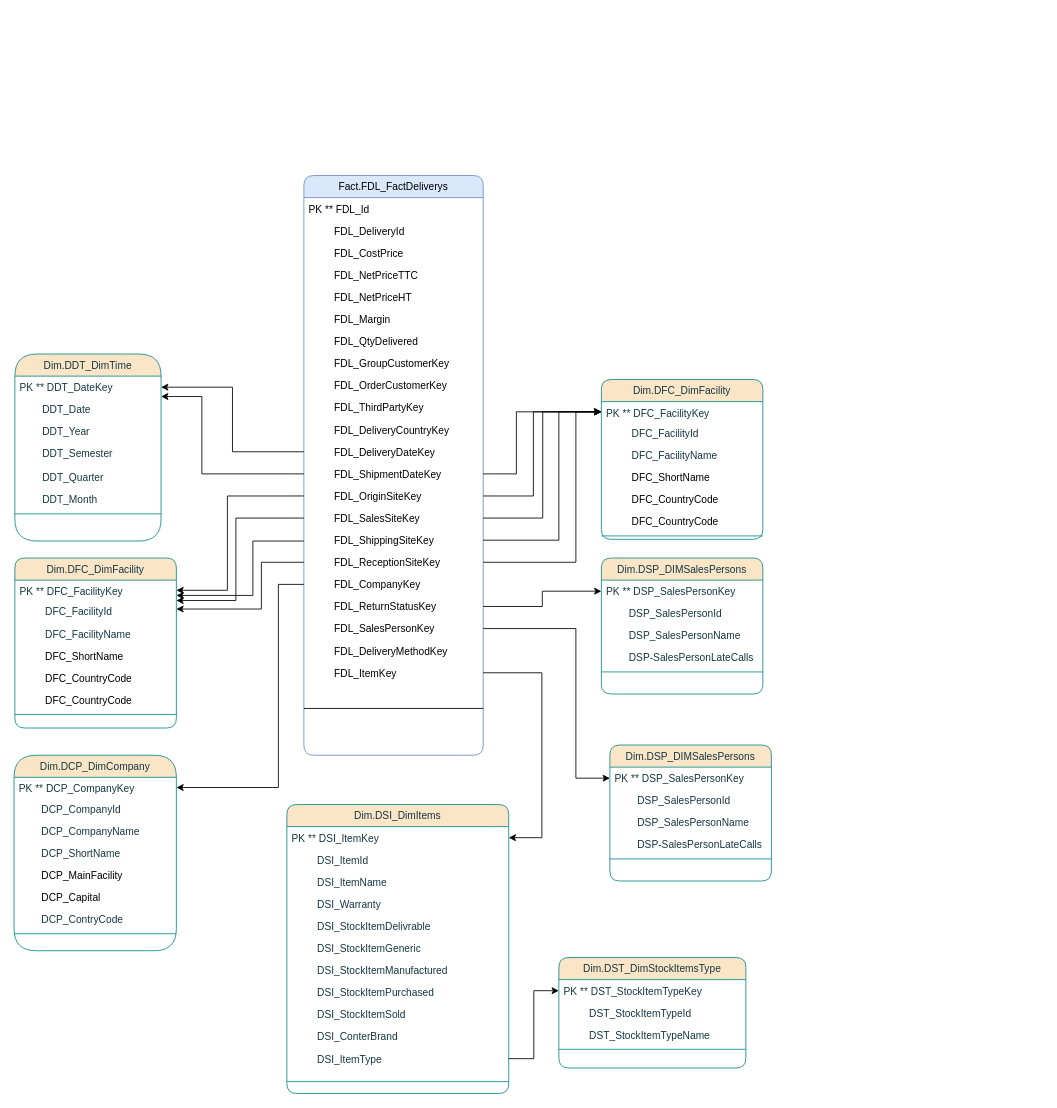
Before: DataMart Delivery.drawio in BorchaniMohamed/BI_PROJECT_PFE, a draw.io diagram. Source tidied: cells renumbered, new cells numbered last; positions are measured from the earlier drawing's top-left corner, leaving out a move shared by most shapes. Both pictures are drawn from the tidied source at 85%, with x=0, y=0 at pixel (14, 175).
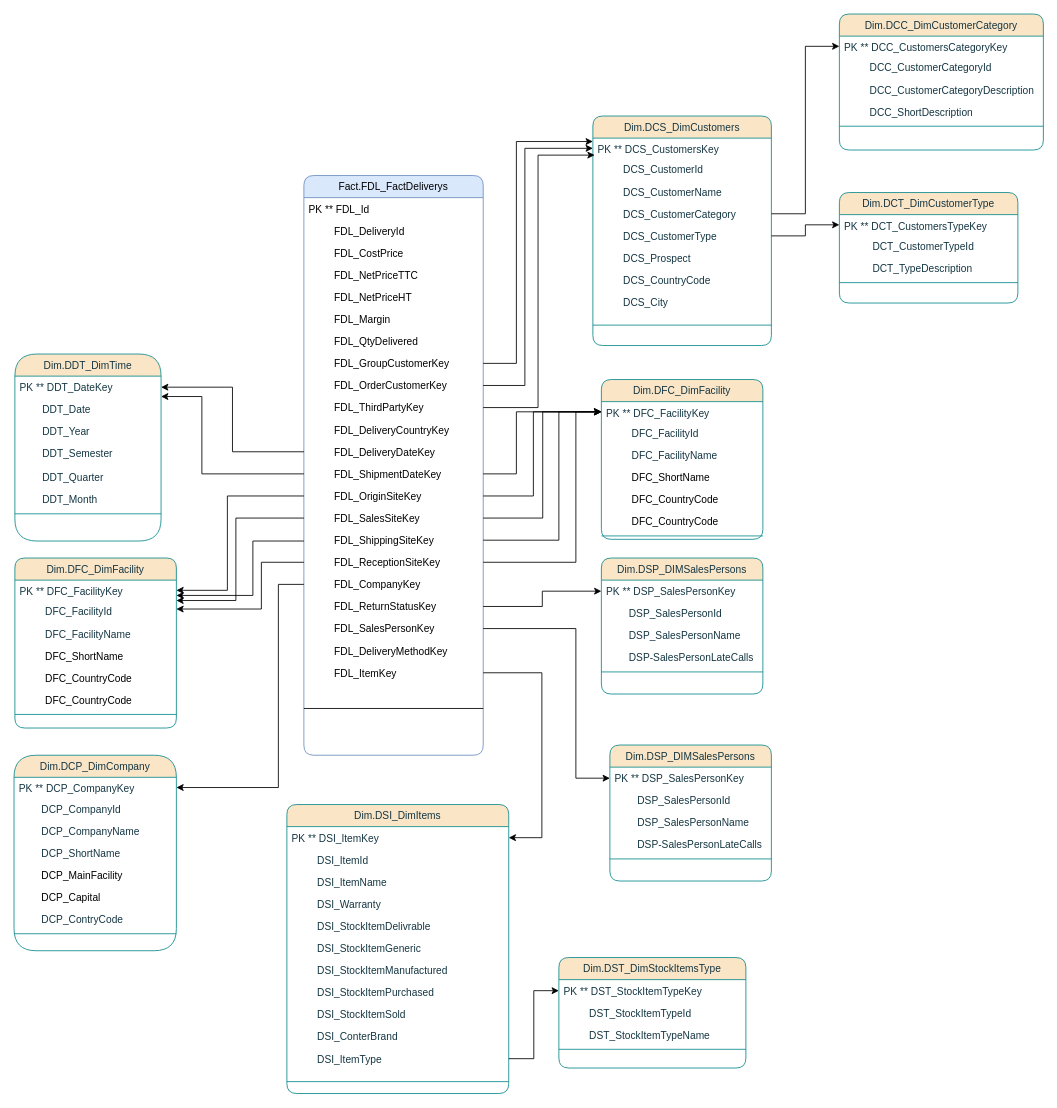
The same diagram, later.

Commit message (it also covers changes not shown here):
Mettre à jour DataMart Delivery.drawio

The change refers to these unchanged cells:
```xml
<mxCell id="10" value="         FDL_GroupCustomerKey  " style="text;align=left;verticalAlign=top;spacingLeft=4;spacingRight=4;overflow=hidden;points=[[0,0.5],[1,0.5]];portConstraint=eastwest;rounded=0;shadow=0;html=0;" parent="2" vertex="1">
  <mxGeometry y="208" width="211" height="26" as="geometry" />
</mxCell>
<mxCell id="11" value="         FDL_OrderCustomerKey  " style="text;align=left;verticalAlign=top;spacingLeft=4;spacingRight=4;overflow=hidden;points=[[0,0.5],[1,0.5]];portConstraint=eastwest;rounded=0;shadow=0;html=0;" parent="2" vertex="1">
  <mxGeometry y="234" width="211" height="26" as="geometry" />
</mxCell>
<mxCell id="12" value="         FDL_ThirdPartyKey  " style="text;align=left;verticalAlign=top;spacingLeft=4;spacingRight=4;overflow=hidden;points=[[0,0.5],[1,0.5]];portConstraint=eastwest;rounded=0;shadow=0;html=0;" parent="2" vertex="1">
  <mxGeometry y="260" width="211" height="26" as="geometry" />
</mxCell>
```

Change to the diagram source:
```diff
@@
+    <mxCell id="105" value="Dim.DCS_DimCustomers" style="swimlane;fontStyle=0;align=center;verticalAlign=top;horizontal=1;startSize=26;rounded=1;shadow=0;strokeWidth=1;fillColor=#FAE5C7;strokeColor=#0F8B8D;labelBackgroundColor=none;fontColor=#143642;" parent="1" vertex="1">
+      <mxGeometry x="681" y="-70" width="210" height="270" as="geometry" />
+    </mxCell>
+    <mxCell id="106" value="PK ** DCS_CustomersKey" style="text;align=left;verticalAlign=top;spacingLeft=4;spacingRight=4;overflow=hidden;points=[[0,0.5],[1,0.5]];portConstraint=eastwest;labelBackgroundColor=none;fontColor=#143642;rounded=1;" parent="105" vertex="1">
+      <mxGeometry y="26" width="210" height="24" as="geometry" />
+    </mxCell>
+    <mxCell id="107" value="         DCS_CustomerId" style="text;align=left;verticalAlign=top;spacingLeft=4;spacingRight=4;overflow=hidden;labelBackgroundColor=none;fontColor=#143642;rounded=1;" parent="105" vertex="1">
+      <mxGeometry y="50" width="210" height="26" as="geometry" />
+    </mxCell>
+    <mxCell id="108" value="         DCS_CustomerName" style="text;align=left;verticalAlign=top;spacingLeft=4;spacingRight=4;overflow=hidden;labelBackgroundColor=none;fontColor=#143642;rounded=1;" parent="105" vertex="1">
+      <mxGeometry y="76" width="210" height="26" as="geometry" />
+    </mxCell>
+    <mxCell id="109" value="         DCS_CustomerCategory" style="text;align=left;verticalAlign=top;spacingLeft=4;spacingRight=4;overflow=hidden;points=[[0,0.5],[1,0.5]];portConstraint=eastwest;labelBackgroundColor=none;fontColor=#143642;rounded=1;" parent="105" vertex="1">
+      <mxGeometry y="102" width="210" height="26" as="geometry" />
+    </mxCell>
+    <mxCell id="110" value="         DCS_CustomerType" style="text;align=left;verticalAlign=top;spacingLeft=4;spacingRight=4;overflow=hidden;points=[[0,0.5],[1,0.5]];portConstraint=eastwest;labelBackgroundColor=none;fontColor=#143642;rounded=1;" parent="105" vertex="1">
+      <mxGeometry y="128" width="210" height="26" as="geometry" />
+    </mxCell>
+    <mxCell id="111" value="         DCS_Prospect" style="text;align=left;verticalAlign=top;spacingLeft=4;spacingRight=4;overflow=hidden;labelBackgroundColor=none;fontColor=#143642;rounded=1;" parent="105" vertex="1">
+      <mxGeometry y="154" width="210" height="26" as="geometry" />
+    </mxCell>
+    <mxCell id="112" value="         DCS_CountryCode" style="text;align=left;verticalAlign=top;spacingLeft=4;spacingRight=4;overflow=hidden;labelBackgroundColor=none;fontColor=#143642;rounded=1;" parent="105" vertex="1">
+      <mxGeometry y="180" width="210" height="26" as="geometry" />
+    </mxCell>
+    <mxCell id="113" value="         DCS_City" style="text;align=left;verticalAlign=top;spacingLeft=4;spacingRight=4;overflow=hidden;labelBackgroundColor=none;fontColor=#143642;rounded=1;" parent="105" vertex="1">
+      <mxGeometry y="206" width="210" height="26" as="geometry" />
+    </mxCell>
+    <mxCell id="114" style="line;html=1;strokeWidth=1;align=left;verticalAlign=middle;spacingTop=-1;spacingLeft=3;spacingRight=3;labelPosition=right;labelBackgroundColor=none;fillColor=#FAE5C7;strokeColor=#0F8B8D;fontColor=#143642;rounded=1;" parent="105" vertex="1">
+      <mxGeometry y="232" width="210" height="28" as="geometry" />
+    </mxCell>
+    <mxCell id="115" value="Dim.DCC_DimCustomerCategory" style="swimlane;fontStyle=0;align=center;verticalAlign=top;horizontal=1;startSize=26;rounded=1;shadow=0;strokeWidth=1;fillColor=#FAE5C7;strokeColor=#0F8B8D;labelBackgroundColor=none;fontColor=#143642;" parent="1" vertex="1">
+      <mxGeometry x="971" y="-190" width="240" height="160" as="geometry" />
+    </mxCell>
+    <mxCell id="116" value="PK ** DCC_CustomersCategoryKey" style="text;align=left;verticalAlign=top;spacingLeft=4;spacingRight=4;overflow=hidden;points=[[0,0.5],[1,0.5]];portConstraint=eastwest;labelBackgroundColor=none;fontColor=#143642;rounded=1;" parent="115" vertex="1">
+      <mxGeometry y="26" width="240" height="24" as="geometry" />
+    </mxCell>
+    <mxCell id="117" value="         DCC_CustomerCategoryId" style="text;align=left;verticalAlign=top;spacingLeft=4;spacingRight=4;overflow=hidden;labelBackgroundColor=none;fontColor=#143642;rounded=1;" parent="115" vertex="1">
+      <mxGeometry y="50" width="240" height="26" as="geometry" />
+    </mxCell>
+    <mxCell id="118" value="         DCC_CustomerCategoryDescription" style="text;align=left;verticalAlign=top;spacingLeft=4;spacingRight=4;overflow=hidden;labelBackgroundColor=none;fontColor=#143642;rounded=1;" parent="115" vertex="1">
+      <mxGeometry y="76" width="240" height="26" as="geometry" />
+    </mxCell>
+    <mxCell id="119" value="         DCC_ShortDescription" style="text;align=left;verticalAlign=top;spacingLeft=4;spacingRight=4;overflow=hidden;labelBackgroundColor=none;fontColor=#143642;rounded=1;" parent="115" vertex="1">
+      <mxGeometry y="102" width="240" height="26" as="geometry" />
+    </mxCell>
+    <mxCell id="120" style="line;html=1;strokeWidth=1;align=left;verticalAlign=middle;spacingTop=-1;spacingLeft=3;spacingRight=3;labelPosition=right;labelBackgroundColor=none;fillColor=#FAE5C7;strokeColor=#0F8B8D;fontColor=#143642;rounded=1;" parent="115" vertex="1">
+      <mxGeometry y="128" width="240" height="8" as="geometry" />
+    </mxCell>
+    <mxCell id="121" value="Dim.DCT_DimCustomerType" style="swimlane;fontStyle=0;align=center;verticalAlign=top;horizontal=1;startSize=26;rounded=1;shadow=0;strokeWidth=1;fillColor=#FAE5C7;strokeColor=#0F8B8D;labelBackgroundColor=none;fontColor=#143642;" parent="1" vertex="1">
+      <mxGeometry x="971" y="20" width="210" height="130" as="geometry" />
+    </mxCell>
+    <mxCell id="122" value="PK ** DCT_CustomersTypeKey" style="text;align=left;verticalAlign=top;spacingLeft=4;spacingRight=4;overflow=hidden;points=[[0,0.5],[1,0.5]];portConstraint=eastwest;labelBackgroundColor=none;fontColor=#143642;rounded=1;" parent="121" vertex="1">
+      <mxGeometry y="26" width="210" height="24" as="geometry" />
+    </mxCell>
+    <mxCell id="123" value="          DCT_CustomerTypeId" style="text;align=left;verticalAlign=top;spacingLeft=4;spacingRight=4;overflow=hidden;labelBackgroundColor=none;fontColor=#143642;rounded=1;" parent="121" vertex="1">
+      <mxGeometry y="50" width="210" height="26" as="geometry" />
+    </mxCell>
+    <mxCell id="124" value="          DCT_TypeDescription" style="text;align=left;verticalAlign=top;spacingLeft=4;spacingRight=4;overflow=hidden;labelBackgroundColor=none;fontColor=#143642;rounded=1;" parent="121" vertex="1">
+      <mxGeometry y="76" width="210" height="26" as="geometry" />
+    </mxCell>
+    <mxCell id="125" style="line;html=1;strokeWidth=1;align=left;verticalAlign=middle;spacingTop=-1;spacingLeft=3;spacingRight=3;labelPosition=right;labelBackgroundColor=none;fillColor=#FAE5C7;strokeColor=#0F8B8D;fontColor=#143642;rounded=1;" parent="121" vertex="1">
+      <mxGeometry y="102" width="210" height="8" as="geometry" />
+    </mxCell>
+    <mxCell id="126" style="edgeStyle=orthogonalEdgeStyle;rounded=0;jettySize=auto;html=1;" parent="1" edge="1" source="110" target="122">
+      <mxGeometry relative="1" as="geometry" />
+    </mxCell>
+    <mxCell id="127" style="edgeStyle=orthogonalEdgeStyle;rounded=0;jettySize=auto;html=1;" parent="1" edge="1" source="109" target="116">
+      <mxGeometry relative="1" as="geometry" />
+    </mxCell>
+    <mxCell id="128" style="edgeStyle=orthogonalEdgeStyle;rounded=0;jettySize=auto;html=1;entryX=0.01;entryY=0.833;entryDx=0;entryDy=0;entryPerimeter=0;" parent="1" edge="1" source="12" target="106">
+      <mxGeometry relative="1" as="geometry" />
+    </mxCell>
+    <mxCell id="129" style="edgeStyle=orthogonalEdgeStyle;rounded=0;jettySize=auto;html=1;" parent="1" edge="1" source="11" target="106">
+      <mxGeometry relative="1" as="geometry">
+        <Array as="points">
+          <mxPoint x="601" y="247" />
+          <mxPoint x="601" y="-32" />
+        </Array>
+      </mxGeometry>
+    </mxCell>
+    <mxCell id="130" style="edgeStyle=orthogonalEdgeStyle;rounded=0;jettySize=auto;html=1;" parent="1" edge="1" source="10" target="106">
+      <mxGeometry relative="1" as="geometry">
+        <Array as="points">
+          <mxPoint x="591" y="221" />
+          <mxPoint x="591" y="-40" />
+        </Array>
+      </mxGeometry>
+    </mxCell>
```
